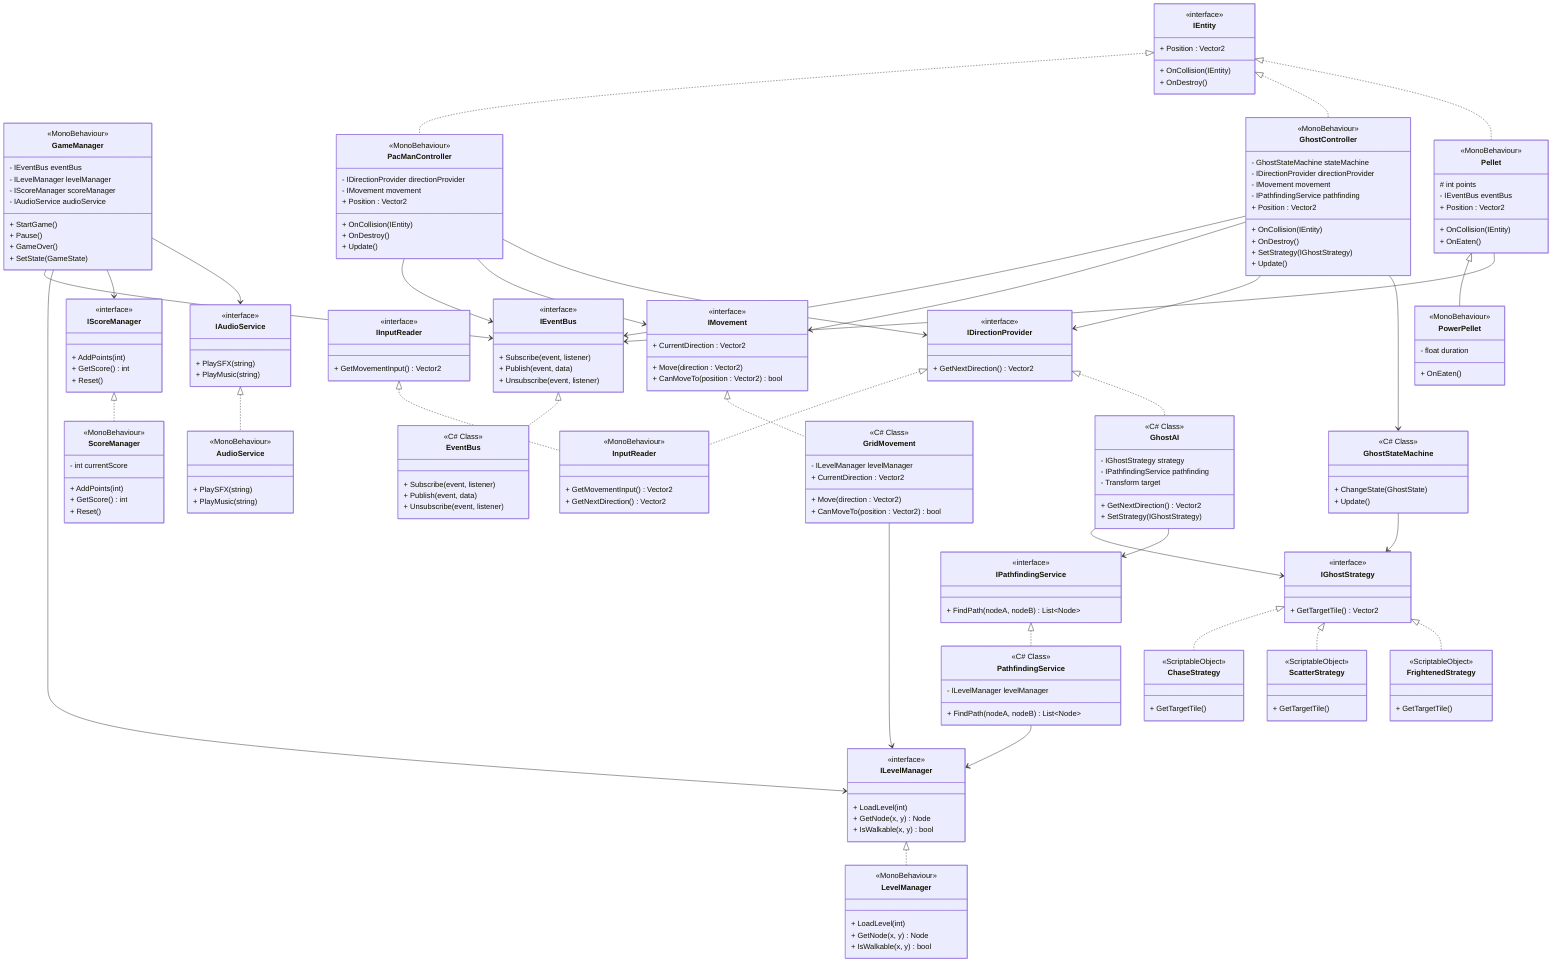
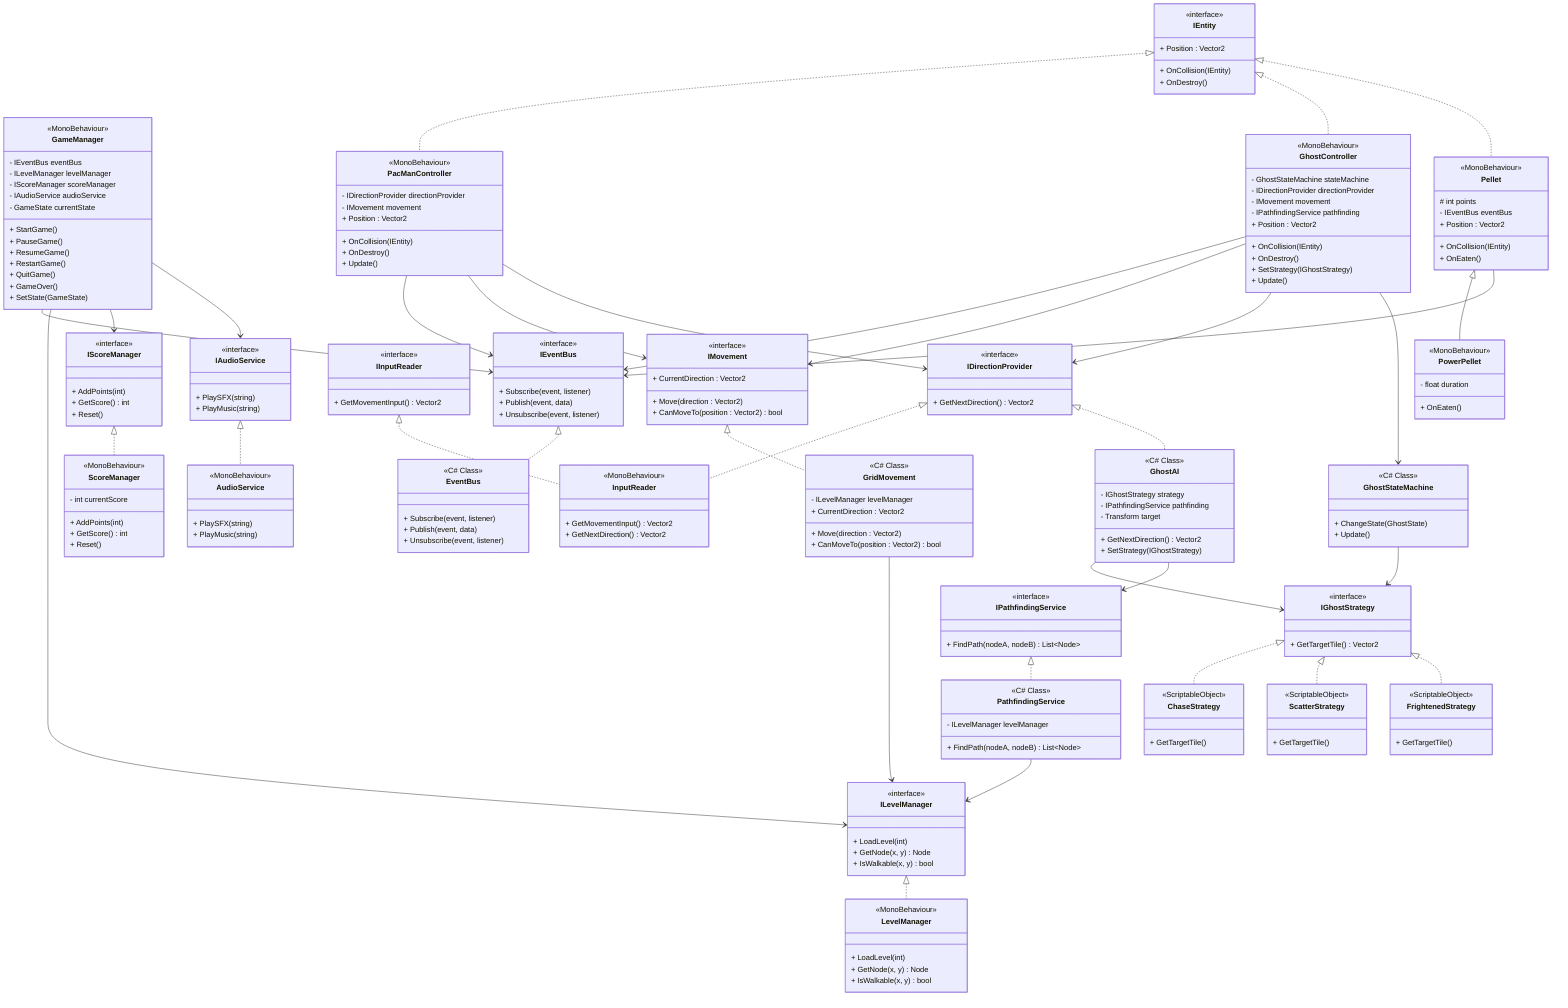
classDiagram

    %% Core Interfaces
    class IEntity {
        <<interface>>
        + Position : Vector2
        + OnCollision(IEntity)
        + OnDestroy()
    }

    class IMovement {
        <<interface>>
        + Move(direction : Vector2)
        + CanMoveTo(position : Vector2) bool
        + CurrentDirection : Vector2
    }

    class IEventBus {
        <<interface>>
        + Subscribe(event, listener)
        + Publish(event, data)
        + Unsubscribe(event, listener)
    }

    class IPathfindingService {
        <<interface>>
        + FindPath(nodeA, nodeB) List~Node~
    }

    class IAudioService {
        <<interface>>
        + PlaySFX(string)
        + PlayMusic(string)
    }

    class IInputReader {
        <<interface>>
        + GetMovementInput() Vector2
    }

    class IDirectionProvider {
        <<interface>>
        + GetNextDirection() Vector2
    }

    class ILevelManager {
        <<interface>>
        + LoadLevel(int)
        + GetNode(x, y) Node
        + IsWalkable(x, y) bool
    }

    class IScoreManager {
        <<interface>>
        + AddPoints(int)
        + GetScore() int
        + Reset()
    }

    %% Managers (MonoBehaviour)
    class GameManager {
        <<MonoBehaviour>>
        - IEventBus eventBus
        - ILevelManager levelManager
        - IScoreManager scoreManager
        - IAudioService audioService
+         - GameState currentState
        + StartGame()
-         + Pause()
+         + PauseGame()
+         + ResumeGame()
+         + RestartGame()
+         + QuitGame()
        + GameOver()
        + SetState(GameState)
    }

    class LevelManager {
        <<MonoBehaviour>>
        + LoadLevel(int)
        + GetNode(x, y) Node
        + IsWalkable(x, y) bool
    }

    class ScoreManager {
        <<MonoBehaviour>>
        - int currentScore
        + AddPoints(int)
        + GetScore() int
        + Reset()
    }

    class EventBus {
        <<C# Class>>
        + Subscribe(event, listener)
        + Publish(event, data)
        + Unsubscribe(event, listener)
    }

    %% Entities
    class PacManController {
        <<MonoBehaviour>>
        - IDirectionProvider directionProvider
        - IMovement movement
        + Position : Vector2
        + OnCollision(IEntity)
        + OnDestroy()
        + Update()
    }

    class GridMovement {
        <<C# Class>>
        - ILevelManager levelManager
        + Move(direction : Vector2)
        + CanMoveTo(position : Vector2) bool
        + CurrentDirection : Vector2
    }

    class InputReader {
        <<MonoBehaviour>>
        + GetMovementInput() Vector2
        + GetNextDirection() Vector2
    }

    class GhostController {
        <<MonoBehaviour>>
        - GhostStateMachine stateMachine
        - IDirectionProvider directionProvider
        - IMovement movement
        - IPathfindingService pathfinding
        + Position : Vector2
        + OnCollision(IEntity)
        + OnDestroy()
        + SetStrategy(IGhostStrategy)
        + Update()
    }

    class GhostAI {
        <<C# Class>>
        - IGhostStrategy strategy
        - IPathfindingService pathfinding
        - Transform target
        + GetNextDirection() Vector2
        + SetStrategy(IGhostStrategy)
    }

    class Pellet {
        <<MonoBehaviour>>
        # int points
        - IEventBus eventBus
        + Position : Vector2
        + OnCollision(IEntity)
        + OnEaten()
    }

    class PowerPellet {
        <<MonoBehaviour>>
        - float duration
        + OnEaten()
    }

    class GhostStateMachine {
        <<C# Class>>
        + ChangeState(GhostState)
        + Update()
    }

    class IGhostStrategy {
        <<interface>>
        + GetTargetTile() Vector2
    }

    class ChaseStrategy {
        <<ScriptableObject>>
        + GetTargetTile()
    }

    class ScatterStrategy {
        <<ScriptableObject>>
        + GetTargetTile()
    }

    class FrightenedStrategy {
        <<ScriptableObject>>
        + GetTargetTile()
    }

    class AudioService {
        <<MonoBehaviour>>
        + PlaySFX(string)
        + PlayMusic(string)
    }

    class PathfindingService {
        <<C# Class>>
        - ILevelManager levelManager
        + FindPath(nodeA, nodeB) List~Node~
    }

%% Interface Implementations
IEventBus <|.. EventBus
ILevelManager <|.. LevelManager
IScoreManager <|.. ScoreManager
IAudioService <|.. AudioService
IPathfindingService <|.. PathfindingService
IInputReader <|.. InputReader
IDirectionProvider <|.. InputReader
IDirectionProvider <|.. GhostAI
IMovement <|.. GridMovement

%% Entity Implementations
IEntity <|.. PacManController
IEntity <|.. GhostController
IEntity <|.. Pellet

%% Inheritance
Pellet <|-- PowerPellet

%% Manager Dependencies (using interfaces)
GameManager --> IEventBus
GameManager --> ILevelManager
GameManager --> IScoreManager
GameManager --> IAudioService

%% Entity Dependencies
PacManController --> IEventBus
PacManController --> IMovement
PacManController --> IDirectionProvider

GhostController --> IEventBus
GhostController --> IMovement
GhostController --> IDirectionProvider

GridMovement --> ILevelManager

Pellet --> IEventBus

%% Ghost AI
GhostController --> GhostStateMachine
GhostAI --> IGhostStrategy
GhostAI --> IPathfindingService
GhostStateMachine --> IGhostStrategy
IGhostStrategy <|.. ChaseStrategy
IGhostStrategy <|.. ScatterStrategy
IGhostStrategy <|.. FrightenedStrategy

PathfindingService --> ILevelManager
